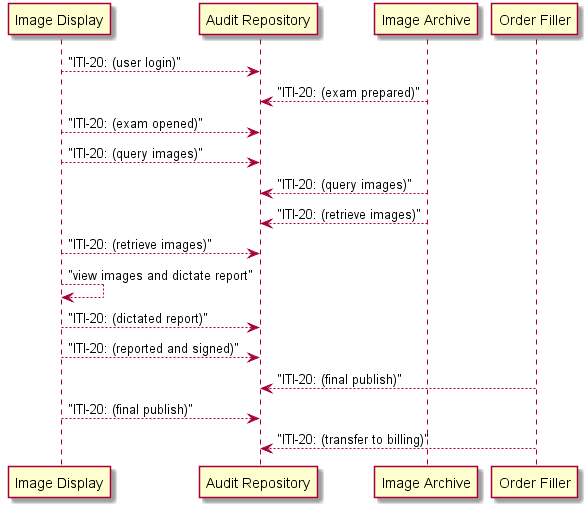
Before: routine-report.png, a diagram exported from PlantUML (rjhorn-agfa/SOLE).
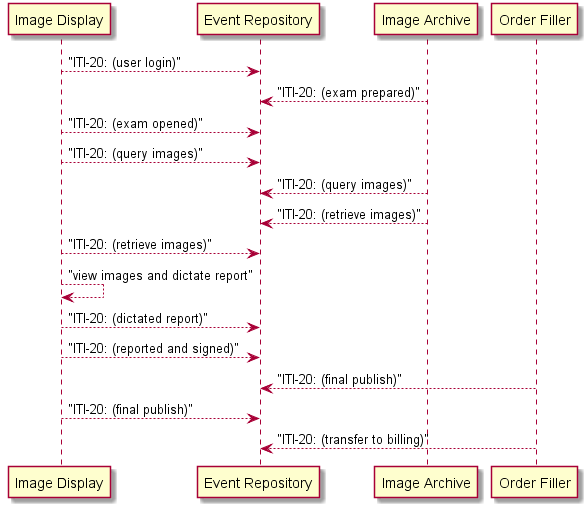
Above is the later version.

Diff of the diagram source:
```diff
@@ -1,17 +1,17 @@
 @startuml
 
-"Image Display" --> "Audit Repository" : "ITI-20: (user login)"
-"Image Archive" --> "Audit Repository" : "ITI-20: (exam prepared)"
-"Image Display" --> "Audit Repository" : "ITI-20: (exam opened)"
-"Image Display" --> "Audit Repository" : "ITI-20: (query images)"
-"Image Archive" --> "Audit Repository" : "ITI-20: (query images)"
-"Image Archive" --> "Audit Repository" : "ITI-20: (retrieve images)"
-"Image Display" --> "Audit Repository" : "ITI-20: (retrieve images)"
+"Image Display" --> "Event Repository" : "ITI-20: (user login)"
+"Image Archive" --> "Event Repository" : "ITI-20: (exam prepared)"
+"Image Display" --> "Event Repository" : "ITI-20: (exam opened)"
+"Image Display" --> "Event Repository" : "ITI-20: (query images)"
+"Image Archive" --> "Event Repository" : "ITI-20: (query images)"
+"Image Archive" --> "Event Repository" : "ITI-20: (retrieve images)"
+"Image Display" --> "Event Repository" : "ITI-20: (retrieve images)"
 "Image Display" --> "Image Display" : "view images and dictate report"
-"Image Display" --> "Audit Repository" : "ITI-20: (dictated report)"
-"Image Display" --> "Audit Repository" : "ITI-20: (reported and signed)"
-"Order Filler" --> "Audit Repository" : "ITI-20: (final publish)"
-"Image Display" --> "Audit Repository" : "ITI-20: (final publish)"
-"Order Filler" --> "Audit Repository" : "ITI-20: (transfer to billing)"
+"Image Display" --> "Event Repository" : "ITI-20: (dictated report)"
+"Image Display" --> "Event Repository" : "ITI-20: (reported and signed)"
+"Order Filler" --> "Event Repository" : "ITI-20: (final publish)"
+"Image Display" --> "Event Repository" : "ITI-20: (final publish)"
+"Order Filler" --> "Event Repository" : "ITI-20: (transfer to billing)"
 
 @enduml
```
